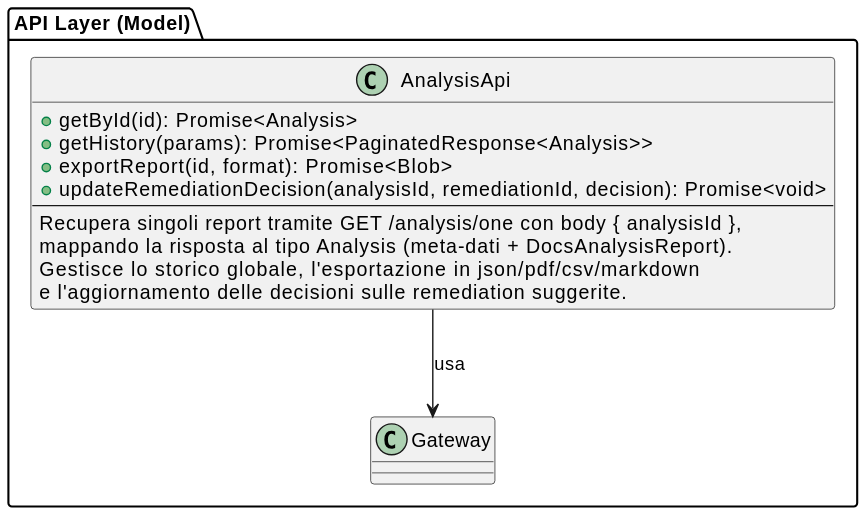
This is assets/st_diagrams/svg/analysis_api.svg from SkarabGroup/DocumentazioneProgetto, a PlantUML export, as it was before one commit.
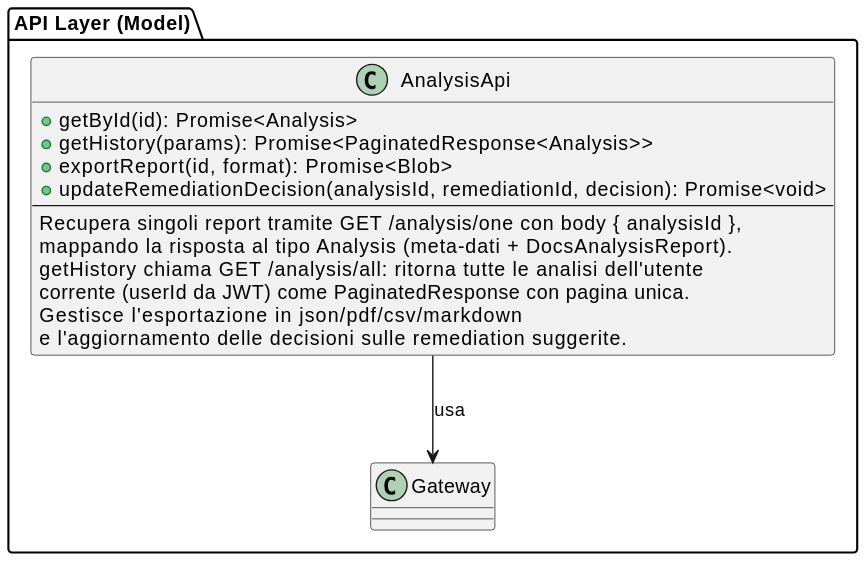
The same file after the commit.

Diff of the diagram source:
```diff
@@ -8,7 +8,9 @@
     --
     Recupera singoli report tramite GET /analysis/one con body { analysisId },
     mappando la risposta al tipo Analysis (meta-dati + DocsAnalysisReport).
-    Gestisce lo storico globale, l'esportazione in json/pdf/csv/markdown
+    getHistory chiama GET /analysis/all: ritorna tutte le analisi dell'utente
+    corrente (userId da JWT) come PaginatedResponse con pagina unica.
+    Gestisce l'esportazione in json/pdf/csv/markdown
     e l'aggiornamento delle decisioni sulle remediation suggerite.
   }
 
```
